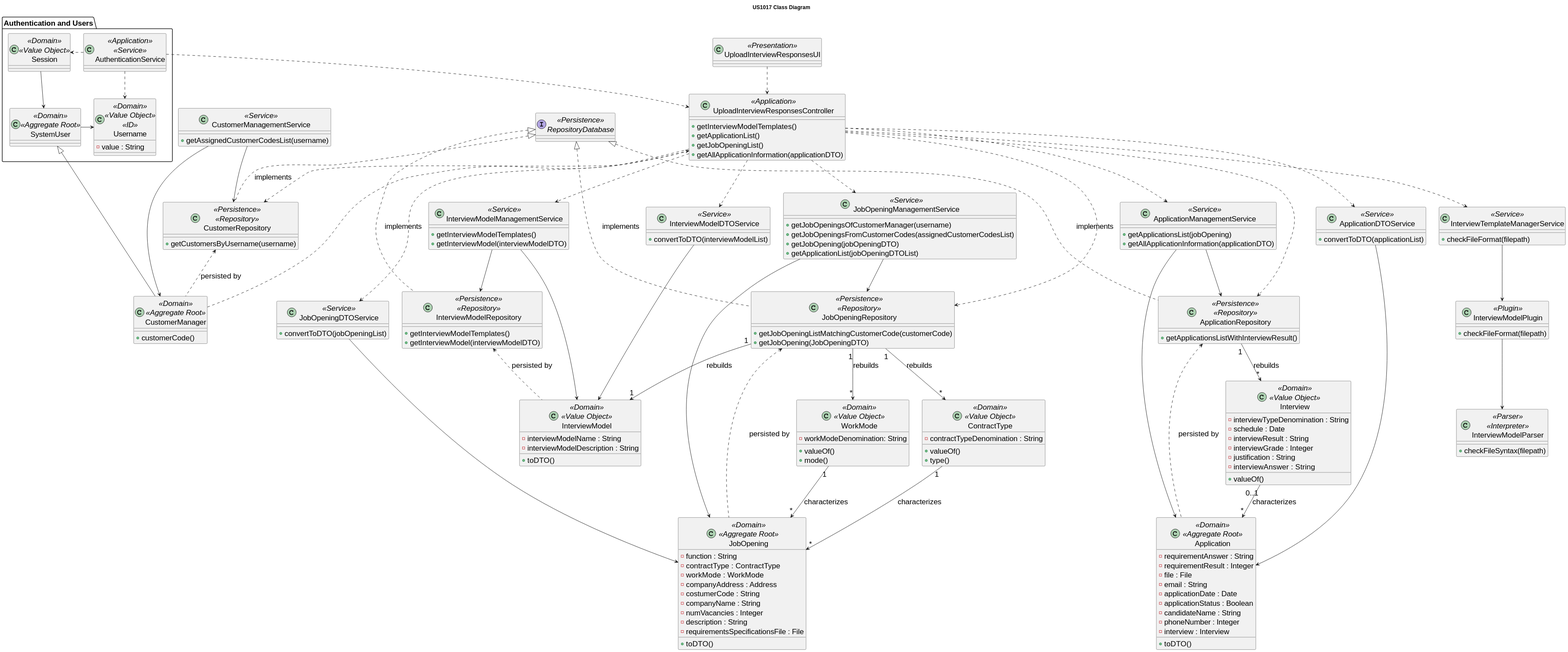
Before: docs/sprint-c/us_1017/CD/US1017_CD.svg, a diagram exported from PlantUML (rita-barbosa/LAPR4-2324).
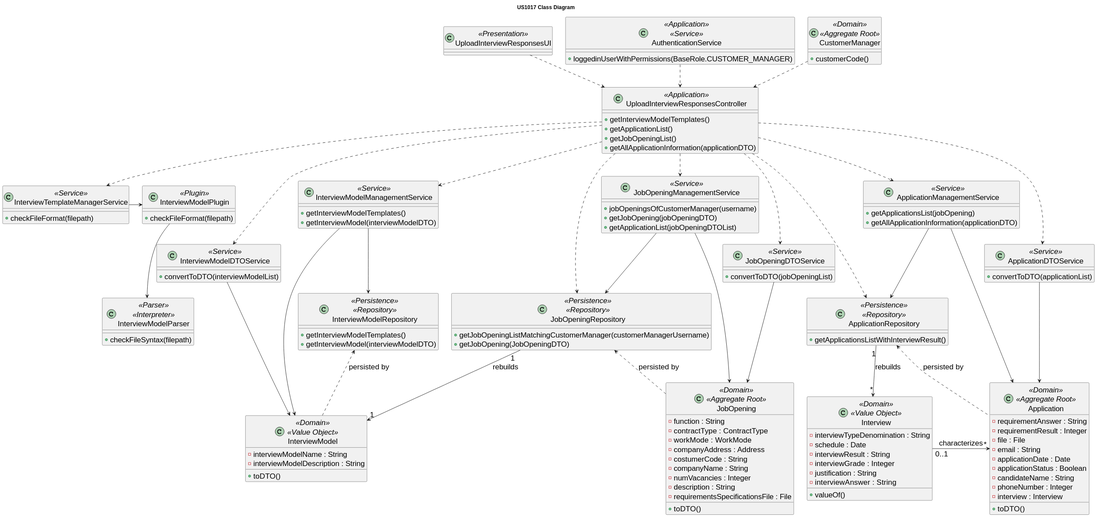
Later version of the same file.

Commit message:
docs: updates class diagram of us1017.

(part related to get the job opening list)

[#202]

What changed in the source:
```diff
@@ -13,8 +13,7 @@
     }
 
 class JobOpeningManagementService <<Service>> {
-    + getJobOpeningsOfCustomerManager(username)
-    + getJobOpeningsFromCustomerCodes(assignedCustomerCodesList)
++ jobOpeningsOfCustomerManager(username)
     + getJobOpening(jobOpeningDTO)
     + getApplicationList(jobOpeningDTOList)
 }
@@ -26,10 +25,6 @@
 
 class InterviewModelDTOService <<Service>> {
     + convertToDTO(interviewModelList)
-}
-
-class CustomerManagementService <<Service>> {
-    + getAssignedCustomerCodesList(username)
 }
 
 class JobOpeningDTOService <<Service>> {
@@ -58,16 +53,8 @@
 }
 
 
-    package "Authentication and Users" {
-        class AuthenticationService <<Application>> <<Service>> {
-        }
-        class Session <<Domain>> <<Value Object>> {
-        }
-        class SystemUser <<Domain>> <<Aggregate Root>> {
-        }
-        class Username <<Domain>> <<Value Object>> <<ID>> {
-            - value : String
-        }
+    class AuthenticationService <<Application>> <<Service>> {
+        + loggedinUserWithPermissions(BaseRole.CUSTOMER_MANAGER)
     }
 
     class CustomerManager <<Domain>> <<Aggregate Root>> {
@@ -85,18 +72,6 @@
         - description : String
         - requirementsSpecificationsFile : File
         + toDTO()
-    }
-
-    class WorkMode <<Domain>> <<Value Object>> {
-        - workModeDenomination: String
-        + valueOf()
-        + mode()
-    }
-
-    class ContractType <<Domain>> <<Value Object>> {
-        - contractTypeDenomination : String
-        + valueOf()
-        + type()
     }
 
     class Application <<Domain>> <<Aggregate Root>> {
@@ -135,55 +110,42 @@
     }
 
     class JobOpeningRepository <<Persistence>> <<Repository>> {
-        + getJobOpeningListMatchingCustomerCode(customerCode)
+        + getJobOpeningListMatchingCustomerManager(customerManagerUsername)
         + getJobOpening(JobOpeningDTO)
-    }
-
-    class CustomerRepository <<Persistence>> <<Repository>> {
-        + getCustomersByUsername(username)
     }
 
     class ApplicationRepository <<Persistence>> <<Repository>> {
         + getApplicationsListWithInterviewResult()
     }
 
-    interface RepositoryDatabase <<Persistence>> {
-    }
 
 CustomerManager ..> UploadInterviewResponsesController
 UploadInterviewResponsesUI ..> UploadInterviewResponsesController
 UploadInterviewResponsesController ..> JobOpeningRepository
 UploadInterviewResponsesController ..> ApplicationRepository
-UploadInterviewResponsesController ..> CustomerRepository
 UploadInterviewResponsesController ..> ApplicationManagementService
 UploadInterviewResponsesController ..> JobOpeningManagementService
-UploadInterviewResponsesController ...> JobOpeningDTOService
+UploadInterviewResponsesController ..> JobOpeningDTOService
 UploadInterviewResponsesController ..> ApplicationDTOService
 UploadInterviewResponsesController ..> InterviewModelManagementService
 UploadInterviewResponsesController ..> InterviewModelDTOService
 UploadInterviewResponsesController ..> InterviewTemplateManagerService
 
 
-WorkMode "1" --> "*" JobOpening : characterizes
-ContractType "1" --> "*" JobOpening  : characterizes
-Interview "0..1" --> "*" Application : characterizes
+Interview "0..1" -> "*" Application : characterizes
 JobOpeningManagementService --> JobOpeningRepository
 JobOpeningManagementService --> JobOpening
 ApplicationManagementService --> Application
 ApplicationManagementService --> ApplicationRepository
 ApplicationDTOService --> Application
 JobOpeningDTOService --> JobOpening
-CustomerManagementService --> CustomerRepository
-CustomerManagementService --> CustomerManager
 InterviewModelManagementService --> InterviewModel
 InterviewModelManagementService --> InterviewModelRepository
 InterviewModelDTOService --> InterviewModel
-InterviewTemplateManagerService --> InterviewModelPlugin
+InterviewTemplateManagerService -> InterviewModelPlugin
 InterviewModelPlugin --> InterviewModelParser
 
 
-JobOpeningRepository "1" --> "*" ContractType : rebuilds
-JobOpeningRepository "1" --> "*" WorkMode : rebuilds
 JobOpeningRepository "1" --> "1" InterviewModel : rebuilds
 JobOpeningRepository <.. JobOpening : persisted by
 
@@ -192,17 +154,5 @@
 
 InterviewModelRepository <.. InterviewModel : persisted by
 
-CustomerRepository <.. CustomerManager : persisted by
-
-RepositoryDatabase <|.. JobOpeningRepository : implements
-RepositoryDatabase <|.. ApplicationRepository : implements
-RepositoryDatabase <|.. CustomerRepository : implements
-RepositoryDatabase <|.. InterviewModelRepository : implements
-
-Session --> SystemUser
-SystemUser -> Username
-AuthenticationService .> Username
-AuthenticationService .> Session
 AuthenticationService ..> UploadInterviewResponsesController
-CustomerManager --|> SystemUser
 @enduml
```
